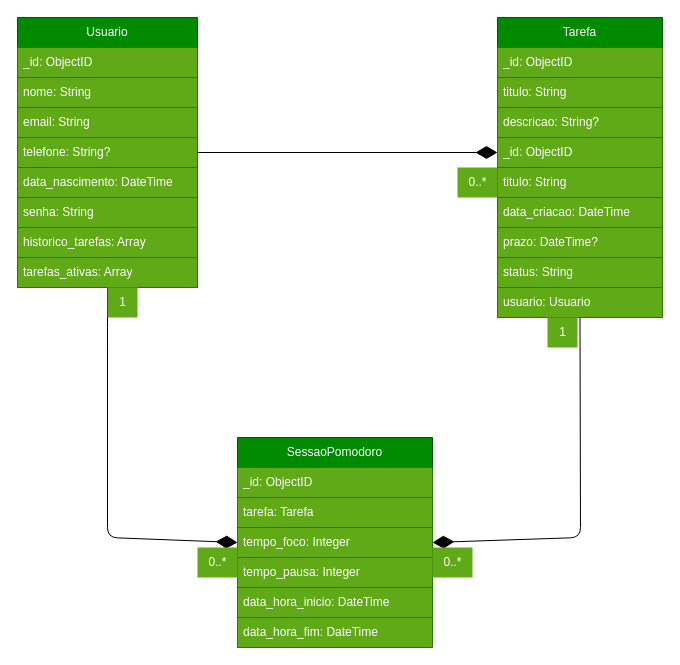
Before: docs/noAM.drawio in FatecFranca/DSM-G04-PI3-2024-2, a draw.io diagram. Source tidied: cells renumbered, new cells numbered last; positions are measured from the earlier drawing's top-left corner, leaving out a move shared by most shapes. Both pictures are drawn from the tidied source at 100%, with x=0, y=0 at pixel (17, 17).
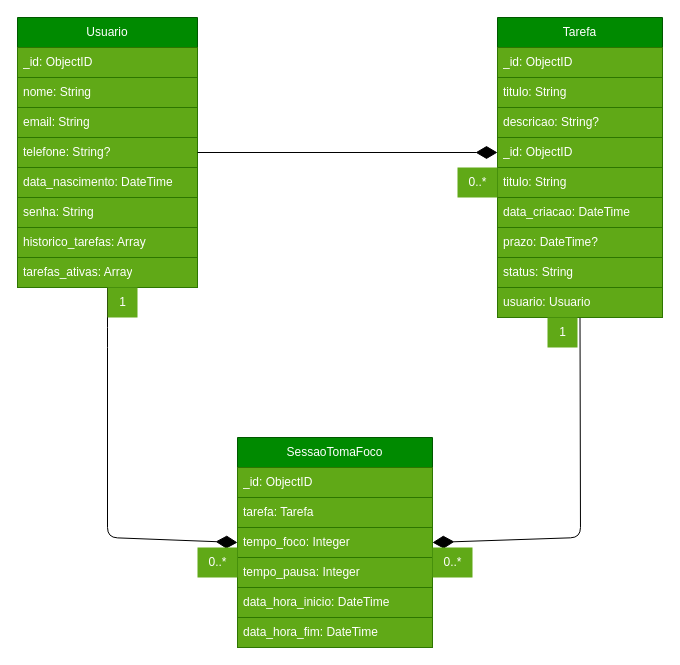
The same diagram, later.

Change to the diagram source:
```diff
@@
-    <mxCell id="23" value="SessaoPomodoro" style="swimlane;fontStyle=0;horizontal=1;startSize=30;whiteSpace=wrap;html=1;fillColor=#008a00;fontColor=#ffffff;strokeColor=#005700;" parent="1" vertex="1">
+    <mxCell id="23" value="SessaoTomaFoco" style="swimlane;fontStyle=0;horizontal=1;startSize=30;whiteSpace=wrap;html=1;fillColor=#008a00;fontColor=#ffffff;strokeColor=#005700;" parent="1" vertex="1">
       <mxGeometry x="220" y="420" width="195" height="210" as="geometry" />
     </mxCell>
```
